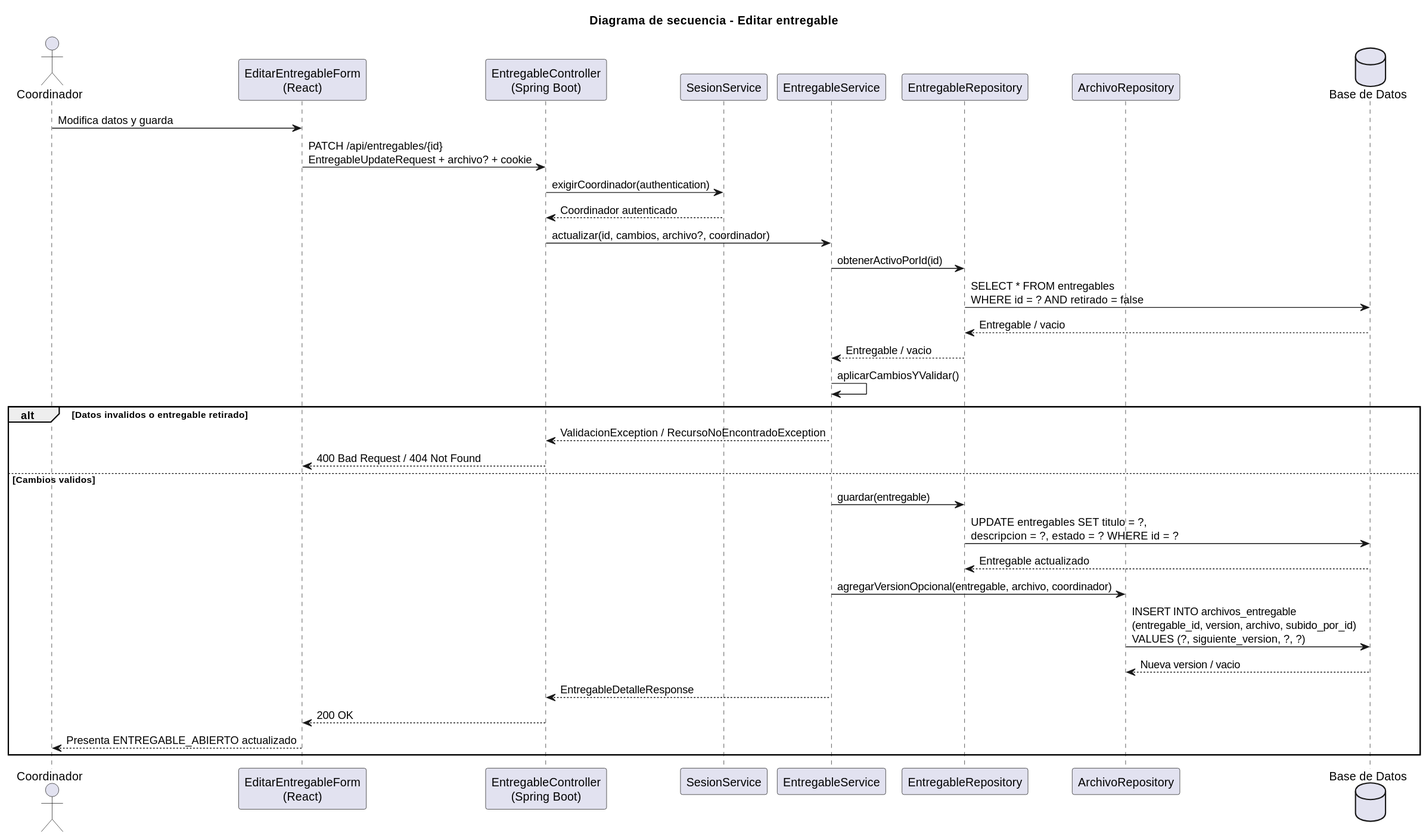
This is images/RUP/02-diseño/casos-uso/coordinador/editarEntregable/secuencia.svg from beatriizorozco/25-26-idsw2-sdVC, a PlantUML export, as it was before one commit.
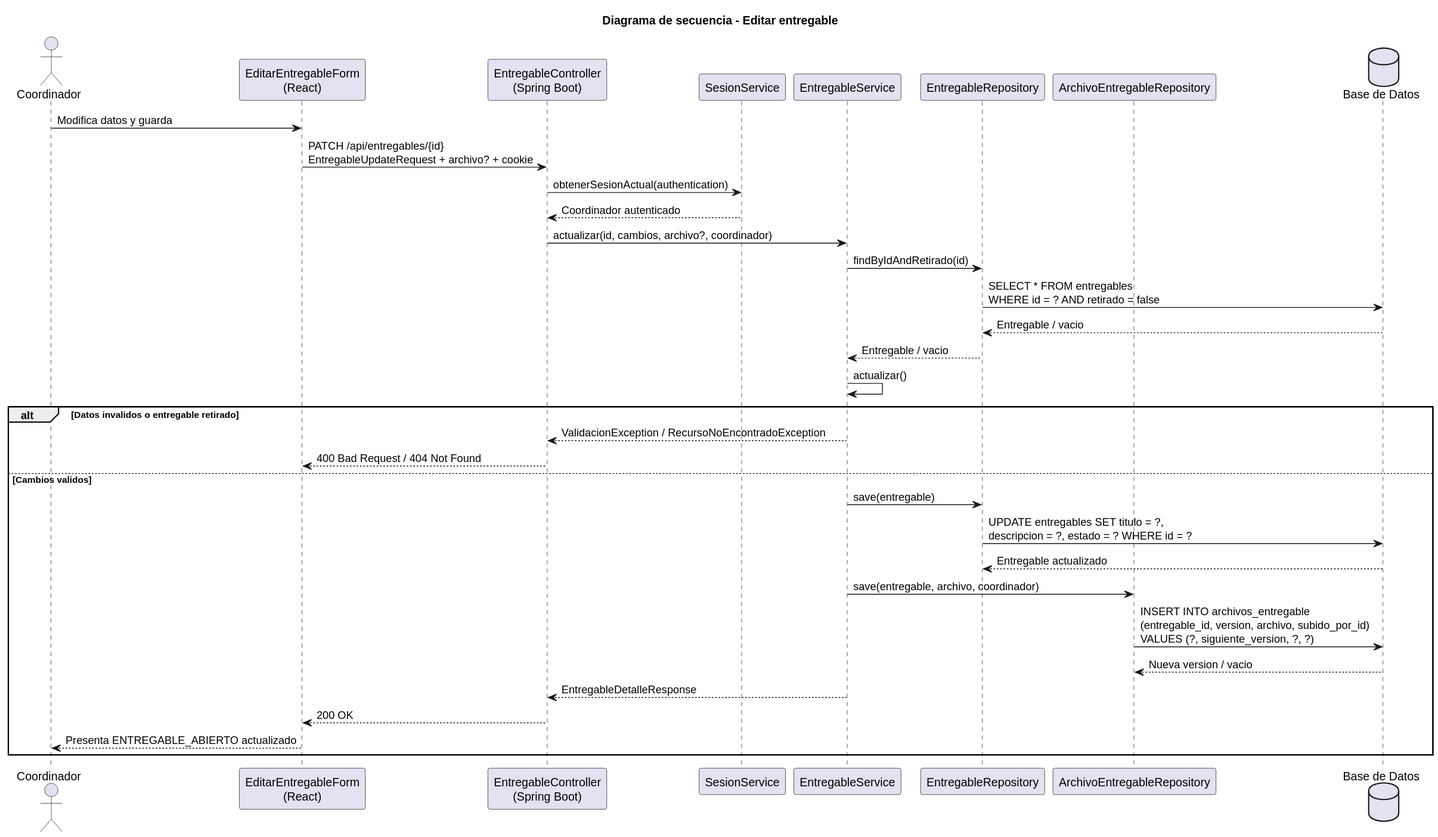
Above is the later version.

Diff of the diagram source:
```diff
@@ -6,27 +6,27 @@
 participant "SesionService" as Sesion
 participant "EntregableService" as Service
 participant "EntregableRepository" as Repo
-participant "ArchivoRepository" as ArchivoRepo
+participant "ArchivoEntregableRepository" as ArchivoRepo
 database "Base de Datos" as DB
 
 Coordinador -> Frontend: Modifica datos y guarda
 Frontend -> Api: PATCH /api/entregables/{id}\nEntregableUpdateRequest + archivo? + cookie
-Api -> Sesion: exigirCoordinador(authentication)
+Api -> Sesion: obtenerSesionActual(authentication)
 Sesion --> Api: Coordinador autenticado
 Api -> Service: actualizar(id, cambios, archivo?, coordinador)
-Service -> Repo: obtenerActivoPorId(id)
+Service -> Repo: findByIdAndRetirado(id)
 Repo -> DB: SELECT * FROM entregables\nWHERE id = ? AND retirado = false
 DB --> Repo: Entregable / vacio
 Repo --> Service: Entregable / vacio
-Service -> Service: aplicarCambiosYValidar()
+Service -> Service: actualizar()
 alt Datos invalidos o entregable retirado
   Service --> Api: ValidacionException / RecursoNoEncontradoException
   Api --> Frontend: 400 Bad Request / 404 Not Found
 else Cambios validos
-  Service -> Repo: guardar(entregable)
+  Service -> Repo: save(entregable)
   Repo -> DB: UPDATE entregables SET titulo = ?,\ndescripcion = ?, estado = ? WHERE id = ?
   DB --> Repo: Entregable actualizado
-  Service -> ArchivoRepo: agregarVersionOpcional(entregable, archivo, coordinador)
+  Service -> ArchivoRepo: save(entregable, archivo, coordinador)
   ArchivoRepo -> DB: INSERT INTO archivos_entregable\n(entregable_id, version, archivo, subido_por_id)\nVALUES (?, siguiente_version, ?, ?)
   DB --> ArchivoRepo: Nueva version / vacio
   Service --> Api: EntregableDetalleResponse
```
